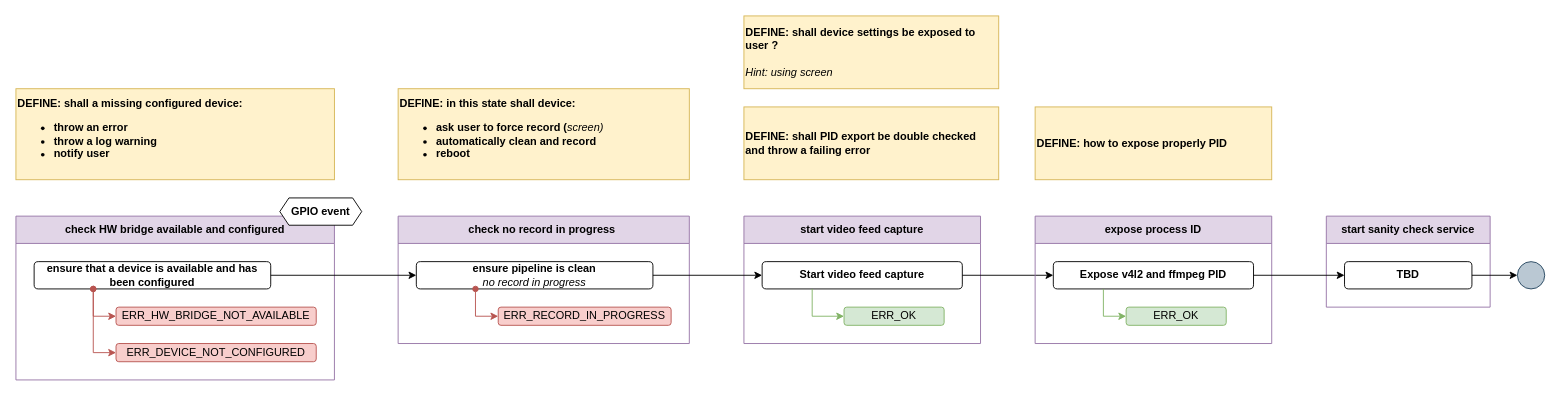
The draw.io diagram page "start-rec" (5 of 8) of docs/arch/arch.drawio in repeact/embedded-sw, before the edit. Source tidied: cells renumbered, new cells numbered last; positions are measured from the earlier drawing's top-left corner, leaving out a move shared by most shapes. Both pictures are drawn from the tidied source at 91%, with x=0, y=0 at pixel (15, 15).
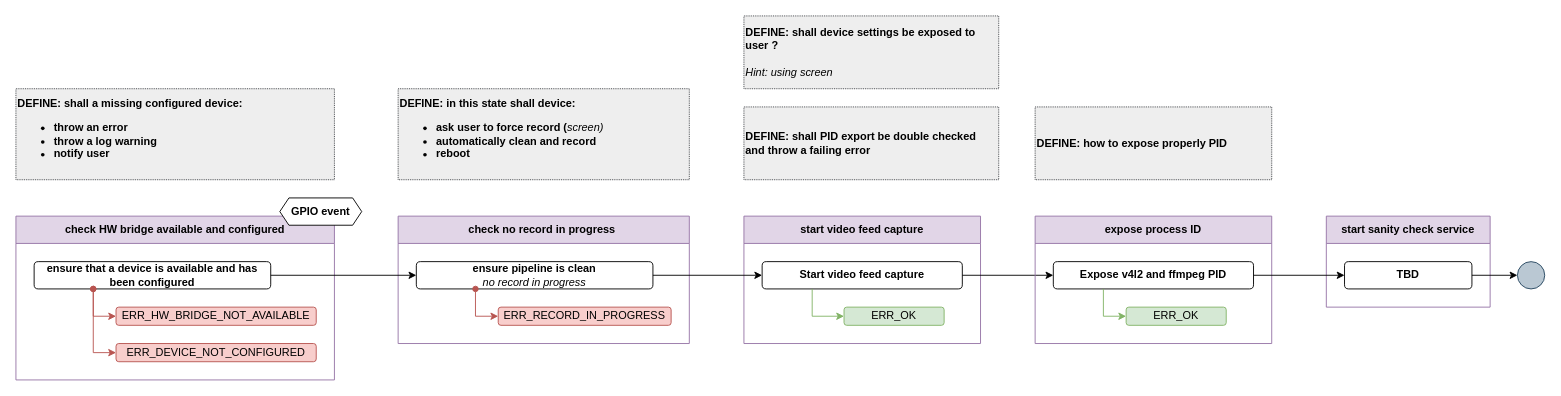
The same diagram, later.

The edit, as a diff of the source:
```diff
@@
-    <mxCell id="17" value="DEFINE: shall a missing configured device:&lt;div&gt;&lt;ul&gt;&lt;li&gt;throw an error&lt;/li&gt;&lt;li&gt;throw a log warning&lt;/li&gt;&lt;li&gt;notify user&lt;/li&gt;&lt;/ul&gt;&lt;/div&gt;" style="rounded=0;whiteSpace=wrap;html=1;fillColor=#fff2cc;strokeColor=#d6b656;fontStyle=1;align=left;" parent="1" vertex="1">
+    <mxCell id="17" value="DEFINE: shall a missing configured device:&lt;div&gt;&lt;ul&gt;&lt;li&gt;throw an error&lt;/li&gt;&lt;li&gt;throw a log warning&lt;/li&gt;&lt;li&gt;notify user&lt;/li&gt;&lt;/ul&gt;&lt;/div&gt;" style="rounded=0;whiteSpace=wrap;html=1;fillColor=#eeeeee;strokeColor=#36393d;fontStyle=1;align=left;dashed=1;dashPattern=1 1;" parent="1" vertex="1">
       <mxGeometry y="80" width="350" height="100" as="geometry" />
     </mxCell>
@@
-    <mxCell id="21" value="DEFINE: shall device settings be exposed to user ?&lt;div&gt;&lt;br&gt;&lt;/div&gt;&lt;div&gt;&lt;span style=&quot;font-weight: normal;&quot;&gt;&lt;i&gt;Hint: using screen&lt;/i&gt;&lt;/span&gt;&lt;/div&gt;" style="rounded=0;whiteSpace=wrap;html=1;fillColor=#fff2cc;strokeColor=#d6b656;fontStyle=1;align=left;" parent="1" vertex="1">
+    <mxCell id="21" value="DEFINE: shall device settings be exposed to user ?&lt;div&gt;&lt;br&gt;&lt;/div&gt;&lt;div&gt;&lt;span style=&quot;font-weight: normal;&quot;&gt;&lt;i&gt;Hint: using screen&lt;/i&gt;&lt;/span&gt;&lt;/div&gt;" style="rounded=0;whiteSpace=wrap;html=1;fillColor=#eeeeee;strokeColor=#36393d;fontStyle=1;align=left;dashed=1;dashPattern=1 1;" parent="1" vertex="1">
       <mxGeometry x="800" width="280" height="80" as="geometry" />
     </mxCell>
-    <mxCell id="22" value="DEFINE: in this state shall device:&lt;div&gt;&lt;ul&gt;&lt;li&gt;ask user to force record (&lt;i style=&quot;background-color: transparent; color: light-dark(rgb(0, 0, 0), rgb(255, 255, 255)); font-weight: 400;&quot;&gt;screen)&lt;/i&gt;&lt;/li&gt;&lt;li&gt;&lt;span style=&quot;background-color: transparent; color: light-dark(rgb(0, 0, 0), rgb(255, 255, 255));&quot;&gt;automatically clean and record&lt;/span&gt;&lt;/li&gt;&lt;li&gt;reboot&lt;/li&gt;&lt;/ul&gt;&lt;/div&gt;" style="rounded=0;whiteSpace=wrap;html=1;fillColor=#fff2cc;strokeColor=#d6b656;fontStyle=1;align=left;" parent="1" vertex="1">
+    <mxCell id="22" value="DEFINE: in this state shall device:&lt;div&gt;&lt;ul&gt;&lt;li&gt;ask user to force record (&lt;i style=&quot;background-color: transparent; color: light-dark(rgb(0, 0, 0), rgb(255, 255, 255)); font-weight: 400;&quot;&gt;screen)&lt;/i&gt;&lt;/li&gt;&lt;li&gt;&lt;span style=&quot;background-color: transparent; color: light-dark(rgb(0, 0, 0), rgb(255, 255, 255));&quot;&gt;automatically clean and record&lt;/span&gt;&lt;/li&gt;&lt;li&gt;reboot&lt;/li&gt;&lt;/ul&gt;&lt;/div&gt;" style="rounded=0;whiteSpace=wrap;html=1;fillColor=#eeeeee;strokeColor=#36393d;fontStyle=1;align=left;dashed=1;dashPattern=1 1;" parent="1" vertex="1">
       <mxGeometry x="420" y="80" width="320" height="100" as="geometry" />
     </mxCell>
@@
-    <mxCell id="27" value="DEFINE: how to expose properly PID" style="rounded=0;whiteSpace=wrap;html=1;fillColor=#fff2cc;strokeColor=#d6b656;fontStyle=1;align=left;" parent="1" vertex="1">
+    <mxCell id="27" value="DEFINE: how to expose properly PID" style="rounded=0;whiteSpace=wrap;html=1;fillColor=#eeeeee;strokeColor=#36393d;fontStyle=1;align=left;dashed=1;dashPattern=1 1;" parent="1" vertex="1">
       <mxGeometry x="1120" y="100" width="260" height="80" as="geometry" />
     </mxCell>
-    <mxCell id="28" value="DEFINE: shall PID export be double checked and throw a failing error" style="rounded=0;whiteSpace=wrap;html=1;fillColor=#fff2cc;strokeColor=#d6b656;fontStyle=1;align=left;" parent="1" vertex="1">
+    <mxCell id="28" value="DEFINE: shall PID export be double checked and throw a failing error" style="rounded=0;whiteSpace=wrap;html=1;fillColor=#eeeeee;strokeColor=#36393d;fontStyle=1;align=left;dashed=1;dashPattern=1 1;" parent="1" vertex="1">
       <mxGeometry x="800" y="100" width="280" height="80" as="geometry" />
     </mxCell>
```
